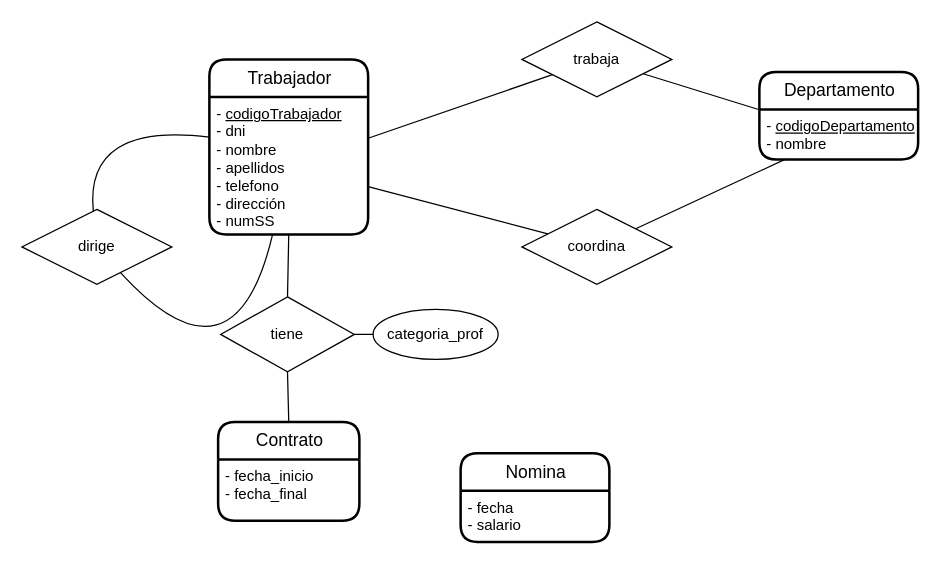
Before: ex7.drawio in JuanMarinG/TA12_MYSQL, a draw.io diagram. Source tidied: cells renumbered, new cells numbered last; positions are measured from the earlier drawing's top-left corner, leaving out a move shared by most shapes. Both pictures are drawn from the tidied source at 125%, with x=0, y=0 at pixel (21, 21).
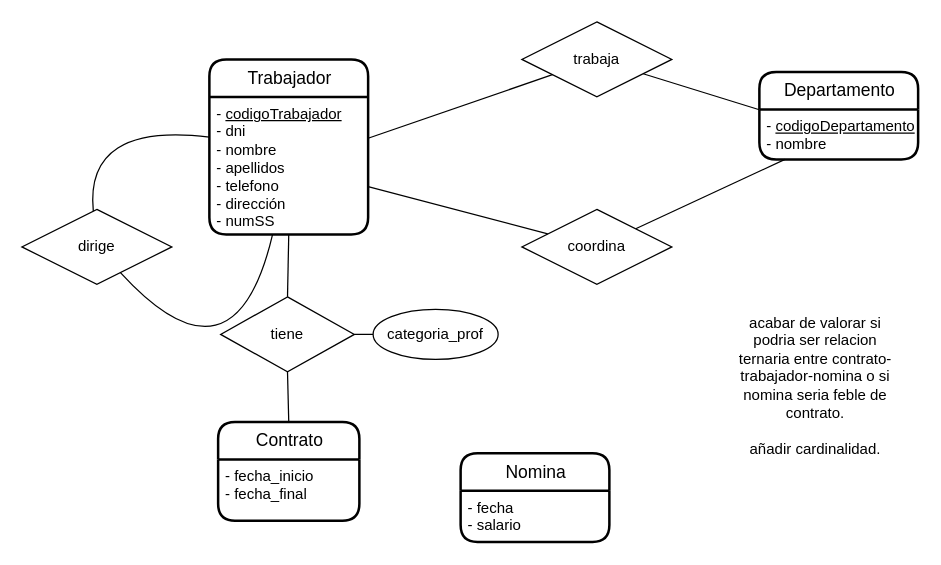
The same diagram, later.

Commit message:
debate pendiente

What changed in the source:
```diff
@@
+    <mxCell id="24" value="&lt;div&gt;acabar de valorar si podria ser relacion ternaria entre contrato-trabajador-nomina o si nomina seria feble de contrato.&lt;/div&gt;&lt;div&gt;&lt;br&gt;&lt;/div&gt;&lt;div&gt;añadir cardinalidad.&lt;br&gt;&lt;/div&gt;" style="text;html=1;strokeColor=none;fillColor=none;align=center;verticalAlign=middle;whiteSpace=wrap;rounded=0;fontSize=12;" parent="1" vertex="1">
+      <mxGeometry x="563" y="276" width="144" height="30" as="geometry" />
+    </mxCell>
```
